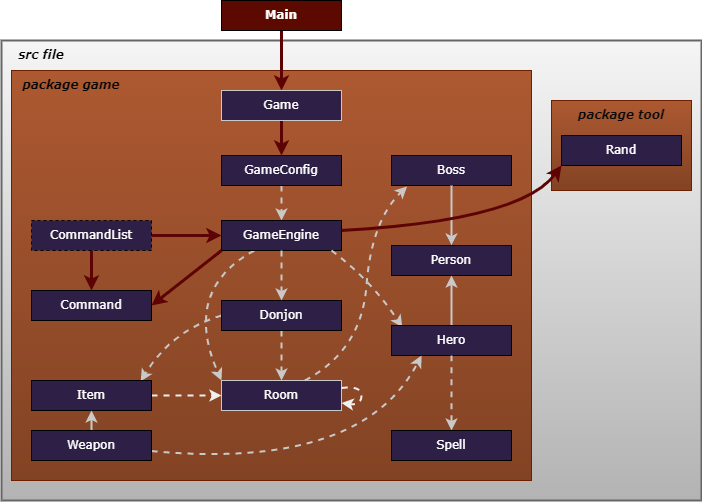
This is Jeux_RPG/diagram.drawio.png from Vivien-Parsis/Jeux-rpg, a draw.io export, as it was before one commit. Source tidied: cells renumbered, new cells last; positions are measured from the earlier drawing's top-left corner, leaving out a move shared by most shapes.
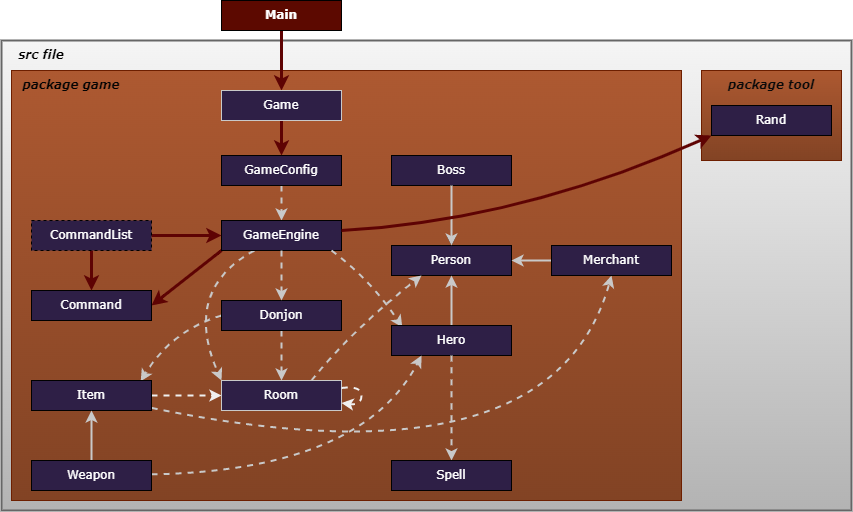
The same diagram one commit later.

The edit, as a diff of the source:
```diff
@@ -3,13 +3,13 @@
     <mxCell id="0" />
     <mxCell id="1" parent="0" />
     <mxCell id="2" style="rounded=0.5;whiteSpace=wrap;html=1;strokeWidth=2;fillColor=#f5f5f5;strokeColor=#666666;gradientColor=#b3b3b3;" parent="1" vertex="1">
-      <mxGeometry y="40" width="700" height="460" as="geometry" />
+      <mxGeometry y="40" width="850" height="470" as="geometry" />
     </mxCell>
     <mxCell id="3" style="rounded=0;whiteSpace=wrap;html=1;fillColor=#AD5931;gradientColor=#824324;strokeColor=#6D1F00;fontColor=#ffffff;gradientDirection=south;" parent="1" vertex="1">
-      <mxGeometry x="550" y="100" width="140" height="90" as="geometry" />
+      <mxGeometry x="700" y="70" width="140" height="90" as="geometry" />
     </mxCell>
     <mxCell id="4" style="rounded=0;whiteSpace=wrap;html=1;fillColor=#AD5931;strokeColor=#6D1F00;fontColor=#ffffff;gradientColor=#824324;gradientDirection=south;" parent="1" vertex="1">
-      <mxGeometry x="10" y="70" width="520" height="410" as="geometry" />
+      <mxGeometry x="10" y="70" width="670" height="430" as="geometry" />
     </mxCell>
     <mxCell id="5" style="edgeStyle=none;html=1;strokeColor=#5e0303;strokeWidth=3;fontColor=#FFFAFA;" parent="1" edge="1" source="6" target="40">
       <mxGeometry relative="1" as="geometry" />
@@ -75,6 +75,13 @@
     <mxCell id="21" style="edgeStyle=none;html=1;entryX=0;entryY=0.5;entryDx=0;entryDy=0;dashed=1;fontColor=#FFFAFA;strokeColor=#F0F0F0;strokeWidth=2;" parent="1" edge="1" source="22" target="26">
       <mxGeometry relative="1" as="geometry" />
     </mxCell>
+    <mxCell id="45" style="edgeStyle=none;html=1;entryX=0.5;entryY=1;entryDx=0;entryDy=0;strokeColor=#C9C9C9;fontColor=#FFFAFA;dashed=1;strokeWidth=2;curved=1;" parent="1" edge="1" source="22" target="47">
+      <mxGeometry relative="1" as="geometry">
+        <Array as="points">
+          <mxPoint x="550" y="490" />
+        </Array>
+      </mxGeometry>
+    </mxCell>
     <mxCell id="22" value="Item" style="rounded=0;whiteSpace=wrap;html=1;fillStyle=auto;fillColor=#2E1F46;fontFamily=Verdana;fontColor=#ffffff;" parent="1" vertex="1">
       <mxGeometry x="30" y="380" width="120" height="30" as="geometry" />
     </mxCell>
@@ -89,7 +96,7 @@
       </mxGeometry>
     </mxCell>
     <mxCell id="25" value="Weapon" style="rounded=0;whiteSpace=wrap;html=1;fillStyle=auto;fillColor=#2E1F46;fontFamily=Verdana;fontColor=#ffffff;" parent="1" vertex="1">
-      <mxGeometry x="30" y="430" width="120" height="30" as="geometry" />
+      <mxGeometry x="30" y="460" width="120" height="30" as="geometry" />
     </mxCell>
     <mxCell id="26" value="Room" style="rounded=0;whiteSpace=wrap;html=1;fillStyle=auto;fillColor=#2E1F46;fontFamily=Verdana;fontColor=#ffffff;strokeColor=#C9C9C9;" parent="1" vertex="1">
       <mxGeometry x="220" y="380" width="120" height="30" as="geometry" />
@@ -101,7 +108,7 @@
       <mxGeometry relative="1" as="geometry" />
     </mxCell>
     <mxCell id="29" value="Spell" style="rounded=0;whiteSpace=wrap;html=1;fillStyle=auto;fillColor=#2E1F46;fontFamily=Verdana;fontColor=#ffffff;" parent="1" vertex="1">
-      <mxGeometry x="390" y="430" width="120" height="30" as="geometry" />
+      <mxGeometry x="390" y="460" width="120" height="30" as="geometry" />
     </mxCell>
     <mxCell id="30" value="Command" style="rounded=0;whiteSpace=wrap;html=1;fillStyle=auto;fillColor=#2E1F46;fontFamily=Verdana;fontColor=#ffffff;" parent="1" vertex="1">
       <mxGeometry x="30" y="290" width="120" height="30" as="geometry" />
@@ -129,12 +136,10 @@
         <mxPoint x="450" y="245" as="targetPoint" />
       </mxGeometry>
     </mxCell>
-    <mxCell id="37" style="edgeStyle=none;html=1;dashed=1;curved=1;fontColor=#FFFAFA;strokeColor=#C9C9C9;strokeWidth=2;entryX=0.13;entryY=1.033;entryDx=0;entryDy=0;entryPerimeter=0;" parent="1" edge="1" target="17">
+    <mxCell id="37" style="edgeStyle=none;html=1;dashed=1;curved=1;fontColor=#FFFAFA;strokeColor=#C9C9C9;strokeWidth=2;entryX=0.25;entryY=1;entryDx=0;entryDy=0;exitX=0.75;exitY=0;exitDx=0;exitDy=0;" parent="1" edge="1" source="26" target="15">
       <mxGeometry relative="1" as="geometry">
-        <mxPoint x="303.3" y="380" as="sourcePoint" />
         <Array as="points">
-          <mxPoint x="360" y="350" />
-          <mxPoint x="370" y="220" />
+          <mxPoint x="350" y="330" />
         </Array>
       </mxGeometry>
     </mxCell>
@@ -159,13 +164,19 @@
       </mxGeometry>
     </mxCell>
     <mxCell id="42" value="Rand" style="rounded=0;whiteSpace=wrap;html=1;fillStyle=auto;fillColor=#2E1F46;fontFamily=Verdana;fontColor=#ffffff;" parent="1" vertex="1">
-      <mxGeometry x="560" y="135" width="120" height="30" as="geometry" />
+      <mxGeometry x="710" y="105" width="120" height="30" as="geometry" />
     </mxCell>
     <mxCell id="43" value="&lt;font face=&quot;Verdana&quot;&gt;package tool&lt;/font&gt;" style="text;html=1;align=center;verticalAlign=middle;whiteSpace=wrap;rounded=0;fontColor=#0A0A0A;fontStyle=3;strokeColor=none;" parent="1" vertex="1">
-      <mxGeometry x="570" y="100" width="100" height="30" as="geometry" />
+      <mxGeometry x="720" y="70" width="100" height="30" as="geometry" />
     </mxCell>
     <mxCell id="44" value="&lt;font face=&quot;Verdana&quot;&gt;src file&lt;/font&gt;" style="text;html=1;align=center;verticalAlign=middle;whiteSpace=wrap;rounded=0;fontColor=#000000;fontStyle=3;strokeColor=none;labelBackgroundColor=none;labelBorderColor=none;" parent="1" vertex="1">
       <mxGeometry x="10" y="40" width="60" height="30" as="geometry" />
     </mxCell>
+    <mxCell id="46" style="edgeStyle=none;html=1;entryX=1;entryY=0.5;entryDx=0;entryDy=0;strokeColor=#C9C9C9;fontColor=#FFFAFA;strokeWidth=2;" parent="1" edge="1" source="47" target="15">
+      <mxGeometry relative="1" as="geometry" />
+    </mxCell>
+    <mxCell id="47" value="Merchant" style="rounded=0;whiteSpace=wrap;html=1;fillStyle=auto;fillColor=#2E1F46;fontFamily=Verdana;fontColor=#ffffff;" parent="1" vertex="1">
+      <mxGeometry x="550" y="245" width="120" height="30" as="geometry" />
+    </mxCell>
   </root>
 </mxGraphModel>
```
